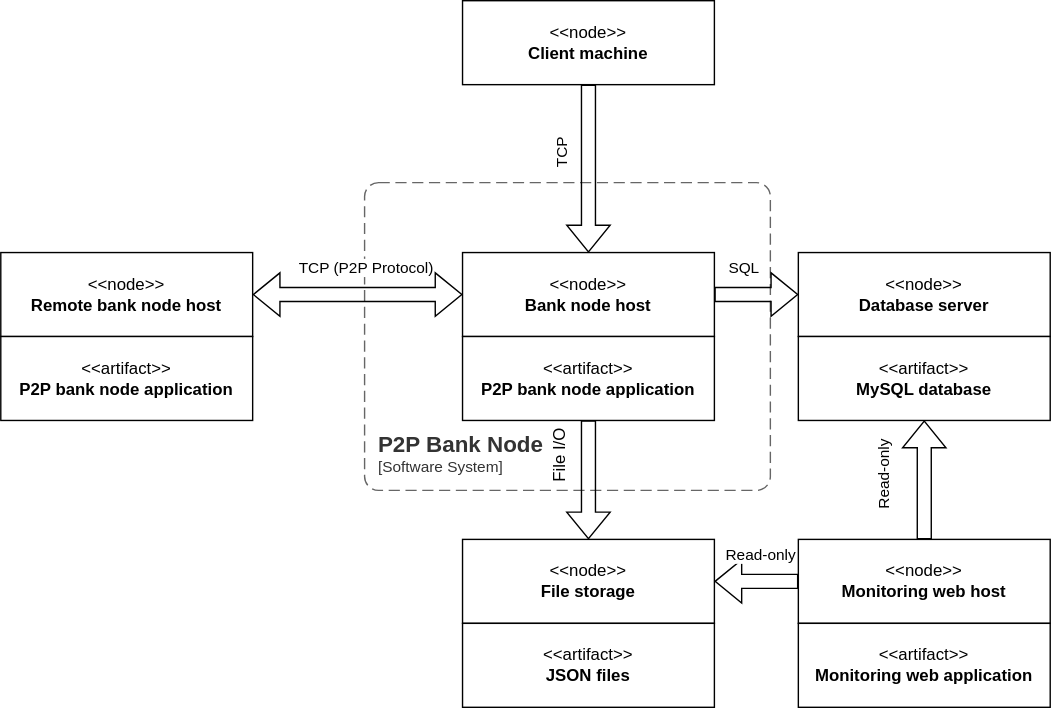
Above: docs/diagrams/deployment-diagram.svg in novakjak/bank (draw.io), before the change. Source tidied: cells renumbered, new cells last; positions are measured from the earlier drawing's top-left corner, leaving out a move shared by most shapes.
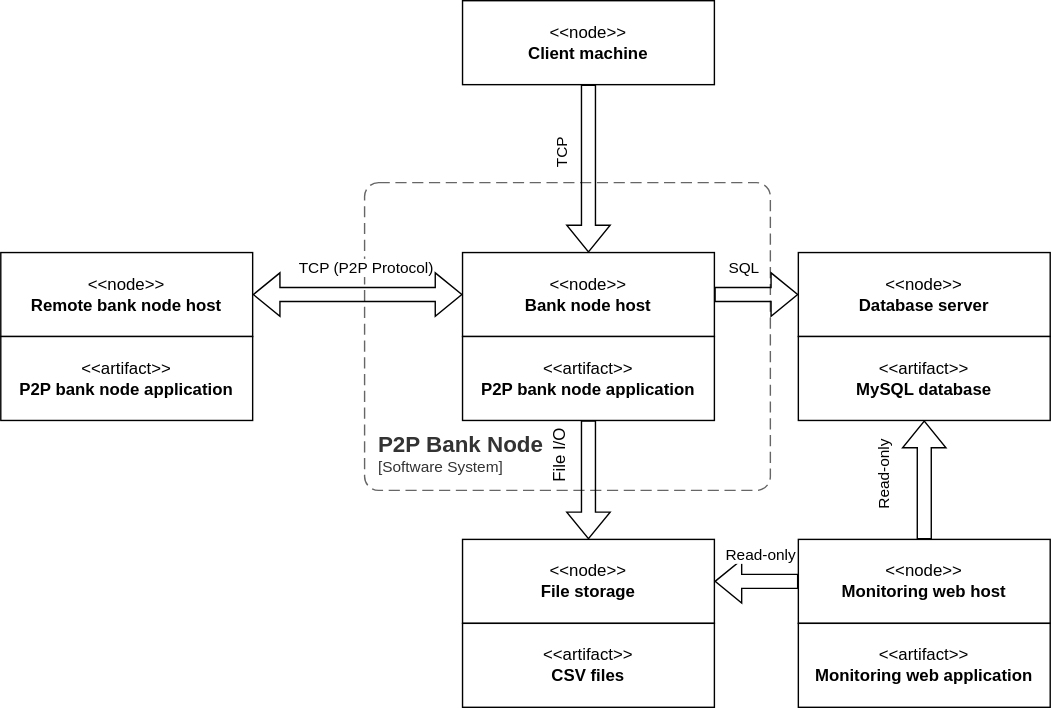
Above is the later version.

Diff of the diagram source:
```diff
@@ -20,7 +20,7 @@
     <mxCell id="7" value="&amp;lt;&amp;lt;node&amp;gt;&amp;gt;&lt;br&gt;&lt;b&gt;File storage&lt;/b&gt;" style="html=1;align=center;verticalAlign=middle;dashed=0;whiteSpace=wrap;" parent="1" vertex="1">
       <mxGeometry x="330" y="385" width="180" height="60" as="geometry" />
     </mxCell>
-    <mxCell id="8" value="&amp;lt;&amp;lt;artifact&amp;gt;&amp;gt;&lt;br&gt;&lt;b&gt;JSON files&lt;/b&gt;" style="html=1;align=center;verticalAlign=middle;dashed=0;whiteSpace=wrap;" parent="1" vertex="1">
+    <mxCell id="8" value="&amp;lt;&amp;lt;artifact&amp;gt;&amp;gt;&lt;br&gt;&lt;b&gt;CSV files&lt;/b&gt;" style="html=1;align=center;verticalAlign=middle;dashed=0;whiteSpace=wrap;" parent="1" vertex="1">
       <mxGeometry x="330" y="445" width="180" height="60" as="geometry" />
     </mxCell>
     <mxCell id="9" value="&amp;lt;&amp;lt;node&amp;gt;&amp;gt;&lt;br&gt;&lt;b&gt;Remote bank node host&lt;/b&gt;" style="html=1;align=center;verticalAlign=middle;dashed=0;whiteSpace=wrap;" parent="1" vertex="1">
```
